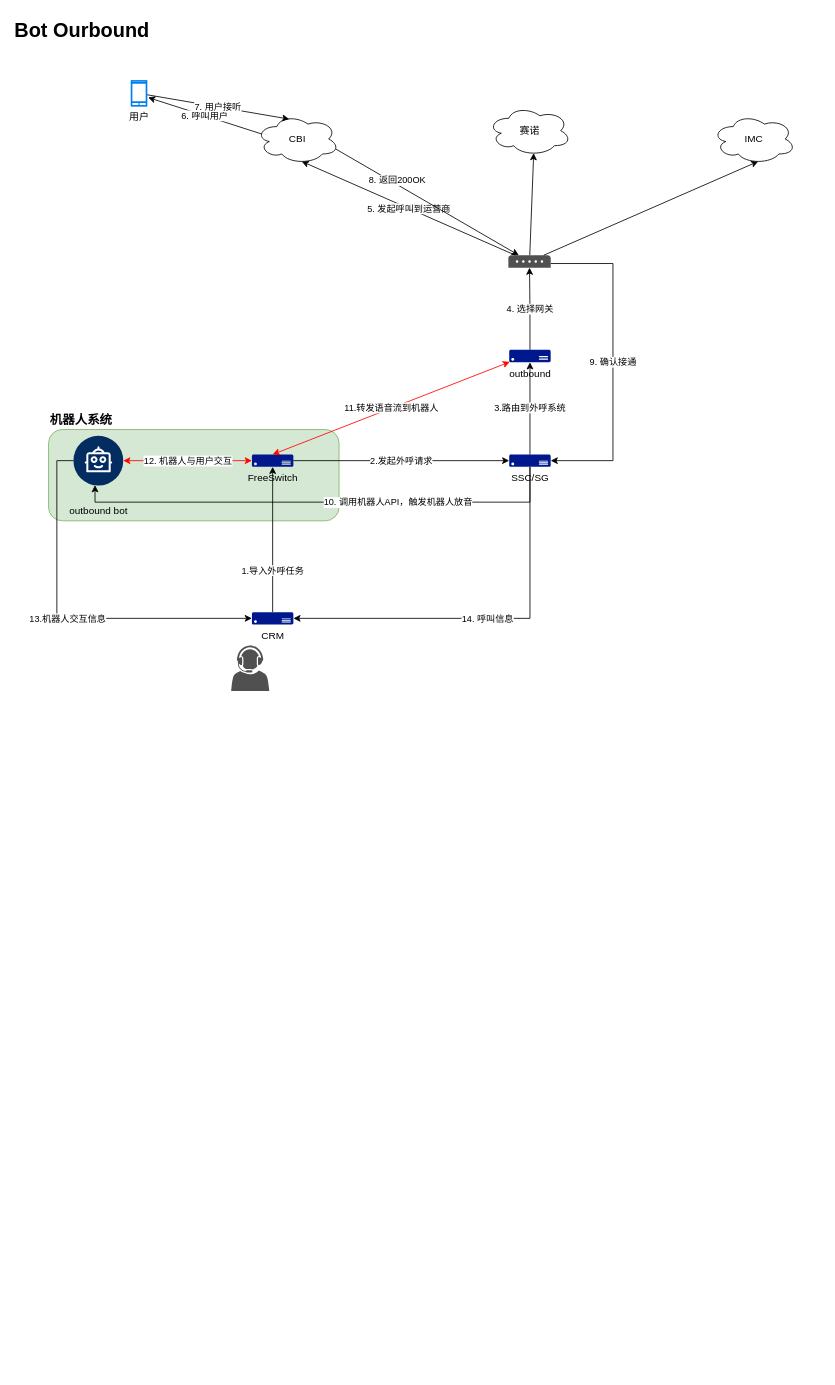
Earlier version of the draw.io diagram outbound_bot.drawio (jackzqz666/ipcc). Source tidied: cells renumbered, new cells numbered last; positions are measured from the earlier drawing's top-left corner, leaving out a move shared by most shapes. Both pictures are drawn from the tidied source at 83%, with x=0, y=0 at pixel (40, 14).
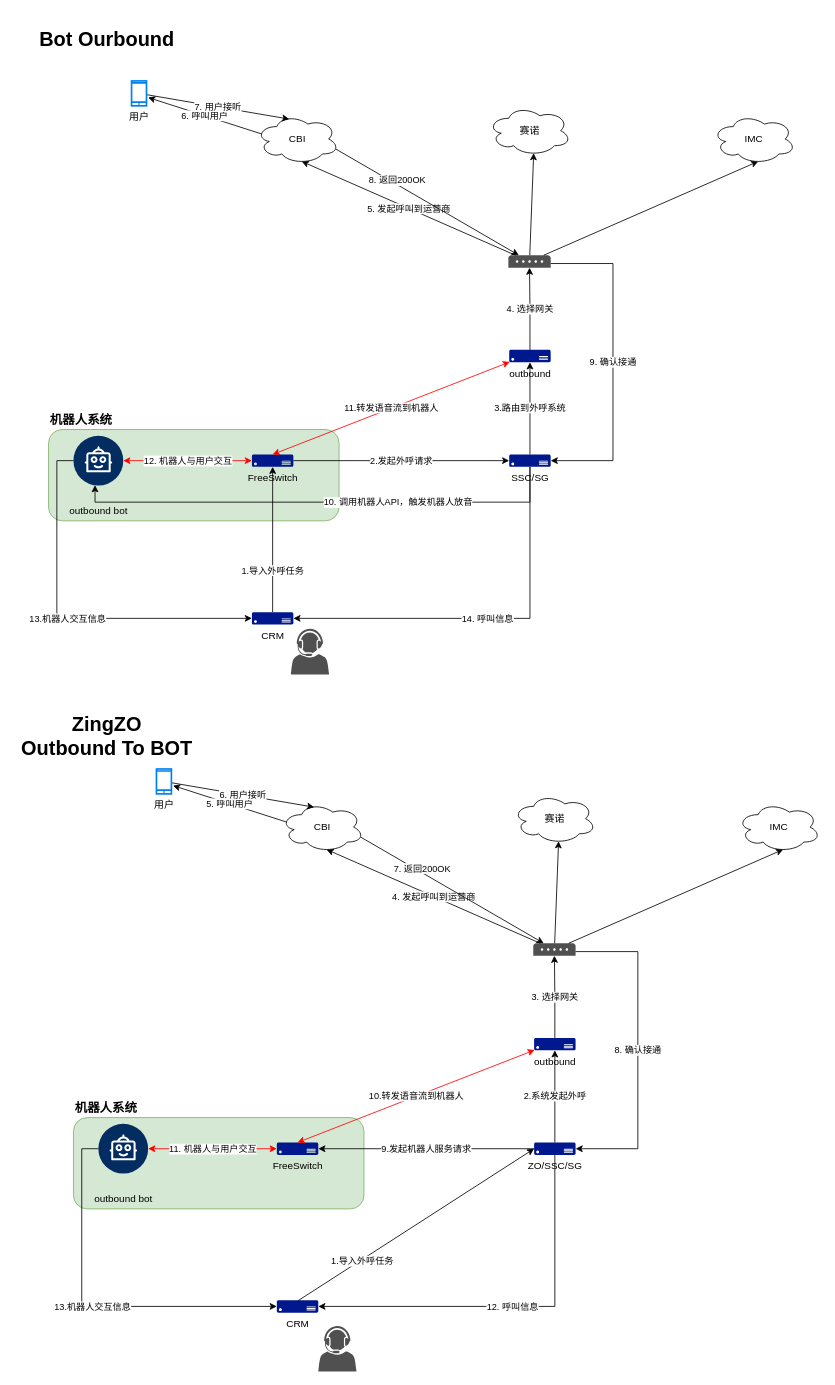
After the change.

Diff of the diagram source:
```diff
@@
     <mxCell id="12" style="sketch=0;shadow=0;dashed=0;html=1;strokeColor=none;fillColor=#505050;labelPosition=center;verticalLabelPosition=bottom;verticalAlign=top;align=center;shape=mxgraph.office.users.call_center_agent;" parent="1" vertex="1">
-      <mxGeometry x="230" y="760" width="46" height="55" as="geometry" />
+      <mxGeometry x="302" y="740" width="46" height="55" as="geometry" />
     </mxCell>
@@
     <mxCell id="30" value="Bot Ourbound" style="text;strokeColor=none;fillColor=none;html=1;fontSize=24;fontStyle=1;verticalAlign=middle;align=center;" parent="1" vertex="1">
-      <mxGeometry width="100" height="40" as="geometry" />
+      <mxGeometry x="30" y="10" width="100" height="40" as="geometry" />
     </mxCell>
+    <mxCell id="31" value="&lt;b&gt;&lt;font style=&quot;font-size: 15px;&quot;&gt;机器人系统&lt;/font&gt;&lt;/b&gt;" style="rounded=1;whiteSpace=wrap;html=1;fillColor=#d5e8d4;strokeColor=#82b366;align=left;verticalAlign=bottom;horizontal=1;labelPosition=center;verticalLabelPosition=top;" parent="1" vertex="1">
+      <mxGeometry x="40" y="1329" width="350" height="110" as="geometry" />
+    </mxCell>
+    <mxCell id="32" style="sketch=0;shadow=0;dashed=0;html=1;strokeColor=none;fillColor=#505050;labelPosition=center;verticalLabelPosition=bottom;verticalAlign=top;outlineConnect=0;align=center;shape=mxgraph.office.communications.voip_gateway;" parent="1" vertex="1">
+      <mxGeometry x="594" y="1119" width="51" height="15" as="geometry" />
+    </mxCell>
+    <mxCell id="33" value="4. 发起呼叫到运营商" style="rounded=0;jettySize=auto;html=1;exitX=0.55;exitY=0.95;exitDx=0;exitDy=0;exitPerimeter=0;startArrow=classic;startFill=1;endArrow=none;endFill=0;" parent="1" edge="1" source="36" target="32">
+      <mxGeometry relative="1" as="geometry" />
+    </mxCell>
+    <mxCell id="34" value="7. 返回200OK" style="rounded=0;jettySize=auto;html=1;exitX=0.96;exitY=0.7;exitDx=0;exitDy=0;exitPerimeter=0;" parent="1" edge="1" source="36" target="32">
+      <mxGeometry x="-0.35" y="4" relative="1" as="geometry" />
+    </mxCell>
+    <mxCell id="35" value="5. 呼叫用户" style="rounded=0;jettySize=auto;html=1;exitX=0.07;exitY=0.4;exitDx=0;exitDy=0;exitPerimeter=0;" parent="1" edge="1" source="36">
+      <mxGeometry relative="1" as="geometry">
+        <mxPoint x="160" y="929" as="targetPoint" />
+      </mxGeometry>
+    </mxCell>
+    <mxCell id="36" value="CBI" style="ellipse;shape=cloud;whiteSpace=wrap;html=1;align=center;" parent="1" vertex="1">
+      <mxGeometry x="290" y="949" width="100" height="60" as="geometry" />
+    </mxCell>
+    <mxCell id="37" style="rounded=0;jettySize=auto;html=1;exitX=0.55;exitY=0.95;exitDx=0;exitDy=0;exitPerimeter=0;startArrow=classic;startFill=1;endArrow=none;endFill=0;" parent="1" edge="1" source="38" target="32">
+      <mxGeometry relative="1" as="geometry" />
+    </mxCell>
+    <mxCell id="38" value="赛诺" style="ellipse;shape=cloud;whiteSpace=wrap;html=1;align=center;" parent="1" vertex="1">
+      <mxGeometry x="569.5" y="939" width="100" height="60" as="geometry" />
+    </mxCell>
+    <mxCell id="39" style="rounded=0;jettySize=auto;html=1;exitX=0.55;exitY=0.95;exitDx=0;exitDy=0;exitPerimeter=0;endArrow=none;endFill=0;startArrow=classic;startFill=1;" parent="1" edge="1" source="40" target="32">
+      <mxGeometry relative="1" as="geometry" />
+    </mxCell>
+    <mxCell id="40" value="IMC" style="ellipse;shape=cloud;whiteSpace=wrap;html=1;align=center;" parent="1" vertex="1">
+      <mxGeometry x="840" y="949" width="100" height="60" as="geometry" />
+    </mxCell>
+    <mxCell id="41" style="sketch=0;shadow=0;dashed=0;html=1;strokeColor=none;fillColor=#505050;labelPosition=center;verticalLabelPosition=bottom;verticalAlign=top;align=center;shape=mxgraph.office.users.call_center_agent;" parent="1" vertex="1">
+      <mxGeometry x="335" y="1580" width="46" height="55" as="geometry" />
+    </mxCell>
+    <mxCell id="42" value="ZO/SSC/SG" style="sketch=0;shadow=0;dashed=0;html=1;strokeColor=none;labelPosition=center;verticalLabelPosition=bottom;verticalAlign=top;align=center;fillColor=#00188D;shape=mxgraph.azure.server;" parent="1" vertex="1">
+      <mxGeometry x="595" y="1359" width="50" height="15" as="geometry" />
+    </mxCell>
+    <mxCell id="43" value="3. 选择网关" style="edgeStyle=orthogonalEdgeStyle;rounded=0;jettySize=auto;html=1;exitX=0.5;exitY=0;exitDx=0;exitDy=0;exitPerimeter=0;" parent="1" edge="1" source="44" target="32">
+      <mxGeometry relative="1" as="geometry" />
+    </mxCell>
+    <mxCell id="44" value="outbound" style="sketch=0;shadow=0;dashed=0;html=1;strokeColor=none;labelPosition=center;verticalLabelPosition=bottom;verticalAlign=top;align=center;fillColor=#00188D;shape=mxgraph.azure.server;" parent="1" vertex="1">
+      <mxGeometry x="595" y="1233" width="50" height="15" as="geometry" />
+    </mxCell>
+    <mxCell id="45" value="CRM" style="sketch=0;shadow=0;dashed=0;html=1;strokeColor=none;labelPosition=center;verticalLabelPosition=bottom;verticalAlign=top;align=center;fillColor=#00188D;shape=mxgraph.azure.server;" parent="1" vertex="1">
+      <mxGeometry x="285" y="1549" width="50" height="15" as="geometry" />
+    </mxCell>
+    <mxCell id="46" value="9.发起机器人服务请求" style="rounded=0;jettySize=auto;html=1;exitX=0;exitY=0.5;exitDx=0;exitDy=0;exitPerimeter=0;entryX=1;entryY=0.5;entryDx=0;entryDy=0;entryPerimeter=0;" parent="1" edge="1" source="42" target="51">
+      <mxGeometry relative="1" as="geometry" />
+    </mxCell>
+    <mxCell id="47" value="2.系统发起外呼" style="edgeStyle=orthogonalEdgeStyle;rounded=0;jettySize=auto;html=1;exitX=0.5;exitY=0;exitDx=0;exitDy=0;exitPerimeter=0;entryX=0.5;entryY=1;entryDx=0;entryDy=0;entryPerimeter=0;" parent="1" edge="1" source="42" target="44">
+      <mxGeometry relative="1" as="geometry" />
+    </mxCell>
+    <mxCell id="48" value="6. 用户接听" style="rounded=0;jettySize=auto;html=1;entryX=0.4;entryY=0.1;entryDx=0;entryDy=0;entryPerimeter=0;" parent="1" edge="1" source="49" target="36">
+      <mxGeometry relative="1" as="geometry" />
+    </mxCell>
+    <mxCell id="49" value="用户" style="html=1;verticalLabelPosition=bottom;align=center;labelBackgroundColor=#ffffff;verticalAlign=top;strokeWidth=2;strokeColor=#0080F0;shadow=0;dashed=0;shape=mxgraph.ios7.icons.smartphone;" parent="1" vertex="1">
+      <mxGeometry x="140" y="909" width="18" height="30" as="geometry" />
+    </mxCell>
+    <mxCell id="50" value="outbound bot" style="verticalLabelPosition=bottom;html=1;shape=mxgraph.salesforce.bots2;" parent="1" vertex="1">
+      <mxGeometry x="70" y="1336.5" width="60" height="60" as="geometry" />
+    </mxCell>
+    <mxCell id="51" value="FreeSwitch" style="sketch=0;shadow=0;dashed=0;html=1;strokeColor=none;labelPosition=center;verticalLabelPosition=bottom;verticalAlign=top;align=center;fillColor=#00188D;shape=mxgraph.azure.server;" parent="1" vertex="1">
+      <mxGeometry x="285" y="1359" width="50" height="15" as="geometry" />
+    </mxCell>
+    <mxCell id="52" value="8. 确认接通" style="edgeStyle=orthogonalEdgeStyle;rounded=0;jettySize=auto;html=1;entryX=1;entryY=0.5;entryDx=0;entryDy=0;entryPerimeter=0;" parent="1" edge="1" source="32" target="42">
+      <mxGeometry relative="1" as="geometry">
+        <Array as="points">
+          <mxPoint x="720" y="1129" />
+          <mxPoint x="720" y="1367" />
+        </Array>
+      </mxGeometry>
+    </mxCell>
+    <mxCell id="53" value="11. 机器人与用户交互" style="edgeStyle=orthogonalEdgeStyle;rounded=0;jettySize=auto;html=1;entryX=0;entryY=0.5;entryDx=0;entryDy=0;entryPerimeter=0;startArrow=classic;startFill=1;strokeColor=#FF0000;" parent="1" edge="1" source="50" target="51">
+      <mxGeometry relative="1" as="geometry" />
+    </mxCell>
+    <mxCell id="54" value="10.转发语音流到机器人" style="rounded=0;jettySize=auto;html=1;entryX=0.5;entryY=0;entryDx=0;entryDy=0;entryPerimeter=0;strokeColor=#FF0000;startArrow=classic;startFill=1;exitX=0.015;exitY=0.97;exitDx=0;exitDy=0;exitPerimeter=0;" parent="1" edge="1" source="44" target="51">
+      <mxGeometry relative="1" as="geometry" />
+    </mxCell>
+    <mxCell id="55" value="13.机器人交互信息" style="edgeStyle=orthogonalEdgeStyle;rounded=0;jettySize=auto;html=1;entryX=0;entryY=0.5;entryDx=0;entryDy=0;entryPerimeter=0;" parent="1" edge="1" source="50" target="45">
+      <mxGeometry relative="1" as="geometry">
+        <Array as="points">
+          <mxPoint x="50" y="1367" />
+          <mxPoint x="50" y="1557" />
+        </Array>
+      </mxGeometry>
+    </mxCell>
+    <mxCell id="56" value="12. 呼叫信息" style="edgeStyle=orthogonalEdgeStyle;rounded=0;jettySize=auto;html=1;exitX=0.5;exitY=1;exitDx=0;exitDy=0;exitPerimeter=0;entryX=1;entryY=0.5;entryDx=0;entryDy=0;entryPerimeter=0;" parent="1" edge="1" source="42" target="45">
+      <mxGeometry relative="1" as="geometry" />
+    </mxCell>
+    <mxCell id="57" value="ZingZO&lt;br&gt;Outbound To BOT" style="text;strokeColor=none;fillColor=none;html=1;fontSize=24;fontStyle=1;verticalAlign=middle;align=center;" parent="1" vertex="1">
+      <mxGeometry x="30" y="850" width="100" height="40" as="geometry" />
+    </mxCell>
+    <mxCell id="58" style="endArrow=classic;html=1;rounded=0;entryX=0;entryY=0.5;entryDx=0;entryDy=0;entryPerimeter=0;" parent="1" edge="1" target="42">
+      <mxGeometry relative="1" as="geometry">
+        <mxPoint x="310" y="1550" as="sourcePoint" />
+      </mxGeometry>
+    </mxCell>
+    <mxCell id="59" value="1.导入外呼任务" style="edgeLabel;html=1;align=center;verticalAlign=middle;" parent="58" vertex="1">
+      <mxGeometry x="-0.46" y="-1" relative="1" as="geometry" />
+    </mxCell>
```
